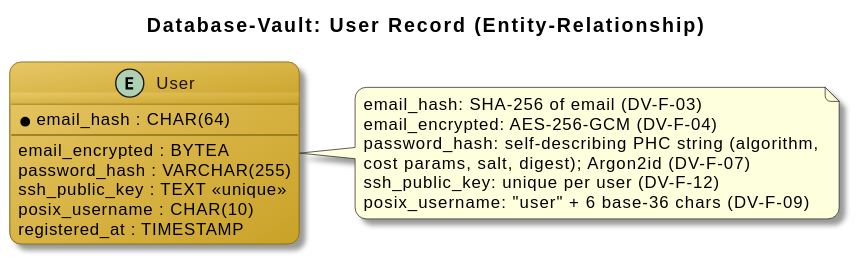
Verryx-02/RAM-USB keeps this PlantUML diagram as docs/design/diagrams/rendered/06-data-er-database-vault.svg. Above is the earlier version.
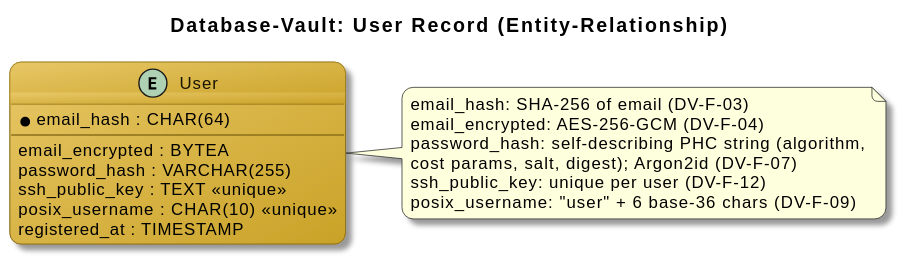
Above is the later version.

Commit message:
fix(project): correct posix_username uniqueness in Database-Vault ER diagram to match schema (ST-F-11)

What changed in the source:
```diff
@@ -18,7 +18,7 @@
   email_encrypted : BYTEA
   password_hash : VARCHAR(255)
   ssh_public_key : TEXT <<unique>>
-  posix_username : CHAR(10)
+  posix_username : CHAR(10) <<unique>>
   registered_at : TIMESTAMP
 }
 
```
